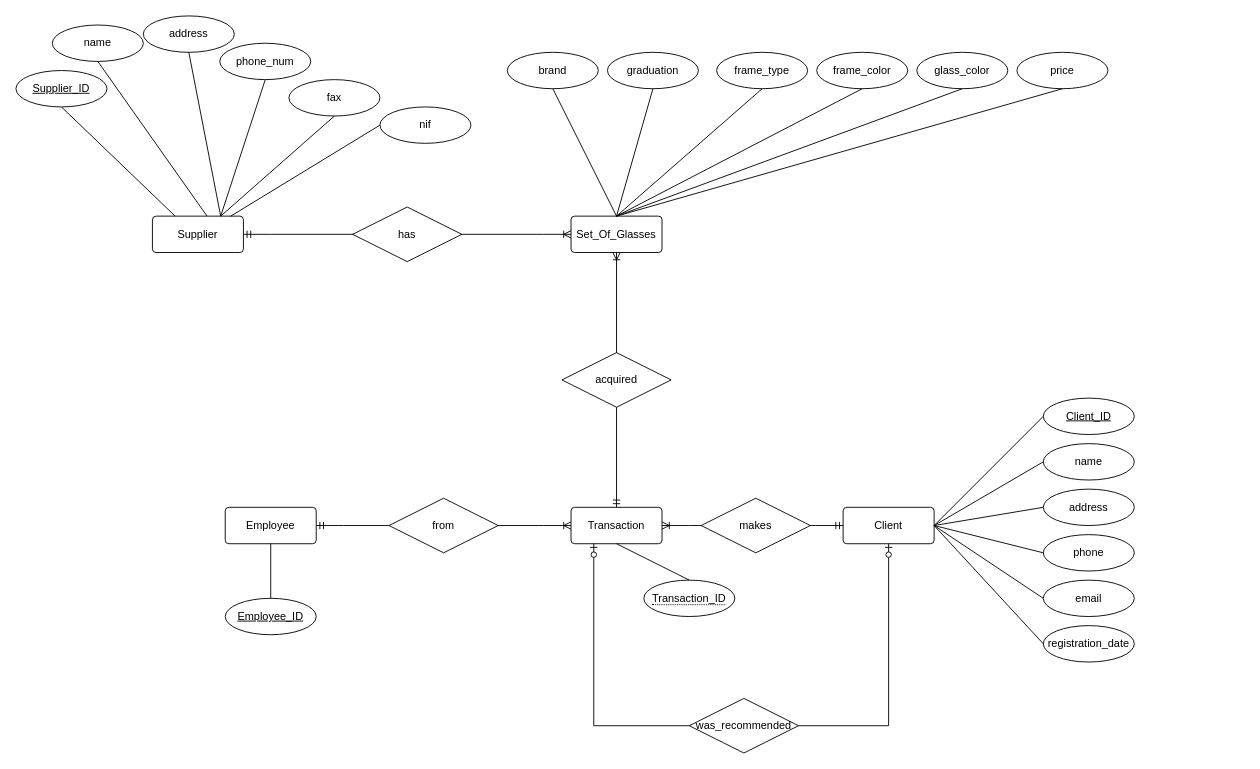
This is optics_store.drawio from cperona/mysql-data-structure, a draw.io file, before an edit. Source tidied: cells renumbered, new cells numbered last; positions are measured from the earlier drawing's top-left corner, leaving out a move shared by most shapes. Both pictures are drawn from the tidied source at 91%, with x=0, y=0 at pixel (15, 15).
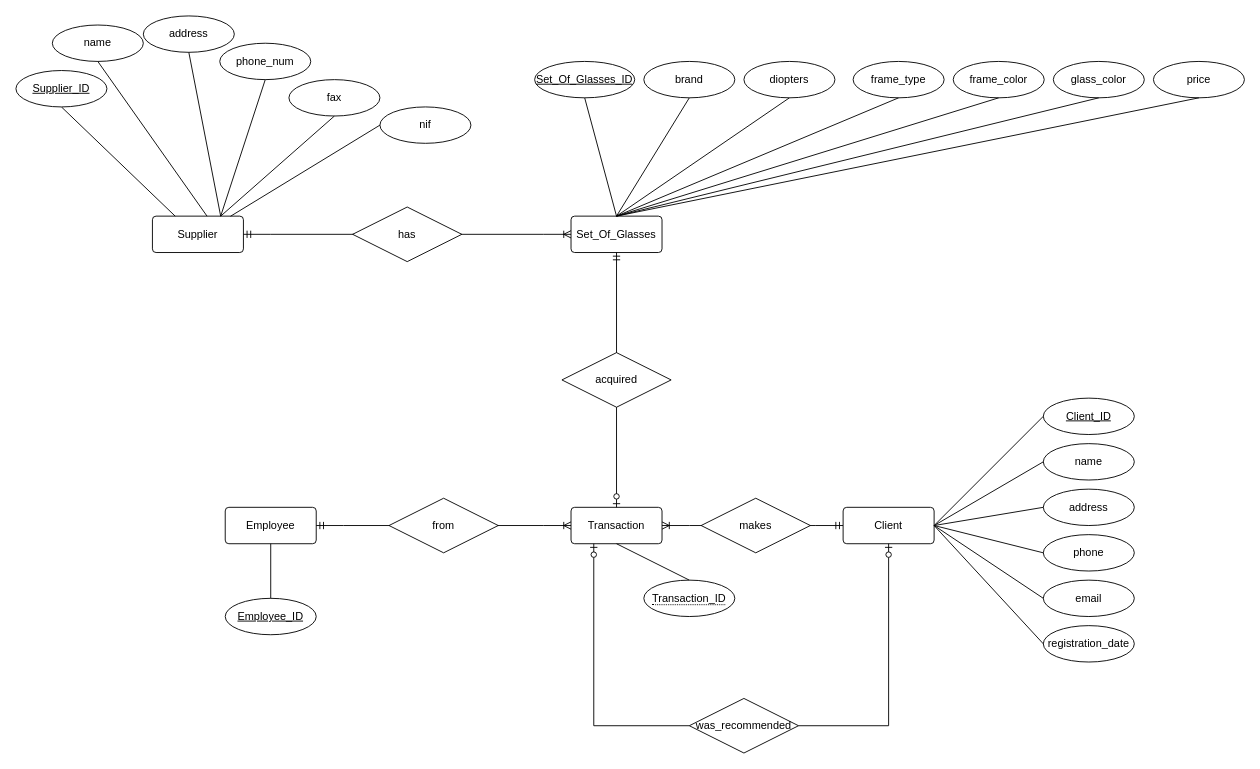
Above is the later version.

Commit message:
feat:complete optics_store.drawio ER diagram

Unchanged cells that the change refers to:
```xml
<mxCell id="16" value="Set_Of_Glasses" style="rounded=1;arcSize=10;whiteSpace=wrap;html=1;align=center;" parent="1" vertex="1">
  <mxGeometry x="610" y="220" width="100" height="40" as="geometry" />
</mxCell>
<mxCell id="42" value="Transaction" style="rounded=1;arcSize=10;whiteSpace=wrap;html=1;align=center;" parent="1" vertex="1">
  <mxGeometry x="610" y="540" width="100" height="40" as="geometry" />
</mxCell>
```

What changed in the source:
```diff
@@
     <mxCell id="18" value="brand" style="ellipse;whiteSpace=wrap;html=1;align=center;" parent="1" vertex="1">
-      <mxGeometry x="540" y="40" width="100" height="40" as="geometry" />
+      <mxGeometry x="690" y="50" width="100" height="40" as="geometry" />
     </mxCell>
-    <mxCell id="19" value="graduation" style="ellipse;whiteSpace=wrap;html=1;align=center;" parent="1" vertex="1">
-      <mxGeometry x="650" y="40" width="100" height="40" as="geometry" />
+    <mxCell id="19" value="diopters" style="ellipse;whiteSpace=wrap;html=1;align=center;" parent="1" vertex="1">
+      <mxGeometry x="800" y="50" width="100" height="40" as="geometry" />
     </mxCell>
     <mxCell id="20" value="frame_type" style="ellipse;whiteSpace=wrap;html=1;align=center;" parent="1" vertex="1">
-      <mxGeometry x="770" y="40" width="100" height="40" as="geometry" />
+      <mxGeometry x="920" y="50" width="100" height="40" as="geometry" />
     </mxCell>
@@
     <mxCell id="22" value="frame_color" style="ellipse;whiteSpace=wrap;html=1;align=center;" parent="1" vertex="1">
-      <mxGeometry x="880" y="40" width="100" height="40" as="geometry" />
+      <mxGeometry x="1030" y="50" width="100" height="40" as="geometry" />
     </mxCell>
     <mxCell id="23" value="glass_color" style="ellipse;whiteSpace=wrap;html=1;align=center;" parent="1" vertex="1">
-      <mxGeometry x="990" y="40" width="100" height="40" as="geometry" />
+      <mxGeometry x="1140" y="50" width="100" height="40" as="geometry" />
     </mxCell>
     <mxCell id="24" value="price" style="ellipse;whiteSpace=wrap;html=1;align=center;" parent="1" vertex="1">
-      <mxGeometry x="1100" y="40" width="100" height="40" as="geometry" />
+      <mxGeometry x="1250" y="50" width="100" height="40" as="geometry" />
     </mxCell>
@@
-    <mxCell id="47" style="fontSize=12;html=1;endArrow=ERoneToMany;startArrow=ERmandOne;rounded=0;exitX=0.5;exitY=0;exitDx=0;exitDy=0;entryX=0.5;entryY=1;entryDx=0;entryDy=0;" parent="1" edge="1" source="42" target="16">
-      <mxGeometry relative="1" as="geometry" />
-    </mxCell>
-    <mxCell id="48" value="acquired" style="shape=rhombus;perimeter=rhombusPerimeter;whiteSpace=wrap;html=1;align=center;" parent="1" vertex="1">
-      <mxGeometry x="600" y="370" width="120" height="60" as="geometry" />
-    </mxCell>
@@
+    <mxCell id="58" value="Set_Of_Glasses_ID" style="ellipse;whiteSpace=wrap;html=1;align=center;fontStyle=4;" parent="1" vertex="1">
+      <mxGeometry x="570" y="50" width="110" height="40" as="geometry" />
+    </mxCell>
+    <mxCell id="59" style="endArrow=none;html=1;rounded=0;exitX=0.5;exitY=1;exitDx=0;exitDy=0;entryX=0.5;entryY=0;entryDx=0;entryDy=0;" parent="1" edge="1" source="58" target="16">
+      <mxGeometry relative="1" as="geometry" />
+    </mxCell>
+    <mxCell id="60" style="fontSize=12;html=1;endArrow=ERzeroToOne;startArrow=ERmandOne;rounded=0;exitX=0.5;exitY=1;exitDx=0;exitDy=0;entryX=0.5;entryY=0;entryDx=0;entryDy=0;" parent="1" edge="1" source="16" target="42">
+      <mxGeometry relative="1" as="geometry" />
+    </mxCell>
+    <mxCell id="48" value="acquired" style="shape=rhombus;perimeter=rhombusPerimeter;whiteSpace=wrap;html=1;align=center;" parent="1" vertex="1">
+      <mxGeometry x="600" y="370" width="120" height="60" as="geometry" />
+    </mxCell>
```
